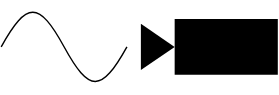
Open-Orbit-Foundation/visual-data-playground keeps this draw.io diagram as Earth-Observation-Fullstack.drawio.svg. Above is the earlier version. Source tidied: cells renumbered, new cells last; positions are measured from the earlier drawing's top-left corner, leaving out a move shared by most shapes.
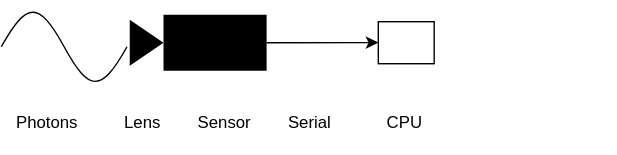
Above is the later version.

Change to the diagram source:
```diff
@@ -6,7 +6,18 @@
       <mxGeometry width="90" height="66.2" as="geometry" />
     </mxCell>
     <mxCell id="3" style="shape=mxgraph.signs.tech.video_camera;html=1;fillColor=#000000;strokeColor=none;verticalLabelPosition=bottom;verticalAlign=top;align=center;rotation=-180;" parent="1" vertex="1">
-      <mxGeometry x="100" y="13.1" width="98" height="40" as="geometry" />
+      <mxGeometry x="92" y="10.1" width="98" height="40" as="geometry" />
     </mxCell>
+    <mxCell id="4" style="endArrow=classic;html=1;rounded=0;exitX=0;exitY=0.5;exitDx=0;exitDy=0;exitPerimeter=0;" parent="1" edge="1" source="3">
+      <mxGeometry relative="1" as="geometry">
+        <mxPoint x="270" y="30" as="targetPoint" />
+      </mxGeometry>
+    </mxCell>
+    <mxCell id="5" value="Photons&amp;nbsp; &amp;nbsp; &amp;nbsp; &amp;nbsp; &amp;nbsp; Lens&amp;nbsp; &amp;nbsp; &amp;nbsp; &amp;nbsp; Sensor&amp;nbsp; &amp;nbsp; &amp;nbsp; &amp;nbsp; Serial&amp;nbsp; &amp;nbsp; &amp;nbsp; &amp;nbsp; &amp;nbsp; &amp;nbsp; CPU&amp;nbsp;&lt;br&gt;&lt;span style=&quot;white-space: pre;&quot;&gt;&#9;&lt;/span&gt;&lt;span style=&quot;white-space: pre;&quot;&gt;&#9;&lt;/span&gt;&lt;span style=&quot;white-space: pre;&quot;&gt;&#9;&lt;/span&gt;&lt;span style=&quot;white-space: pre;&quot;&gt;&#9;&lt;/span&gt;&lt;span style=&quot;white-space: pre;&quot;&gt;&#9;&lt;/span&gt;&lt;span style=&quot;white-space: pre;&quot;&gt;&#9;&lt;/span&gt;&lt;span style=&quot;white-space: pre;&quot;&gt;&#9;&lt;/span&gt;&lt;span style=&quot;white-space: pre;&quot;&gt;&#9;&lt;/span&gt;" style="text;html=1;align=left;verticalAlign=middle;whiteSpace=wrap;rounded=0;" parent="1" vertex="1">
+      <mxGeometry x="9" y="80" width="431" height="30" as="geometry" />
+    </mxCell>
+    <mxCell id="6" style="rounded=0;whiteSpace=wrap;html=1;" parent="1" vertex="1">
+      <mxGeometry x="270" y="15" width="40" height="30.1" as="geometry" />
+    </mxCell>
   </root>
 </mxGraphModel>
```
